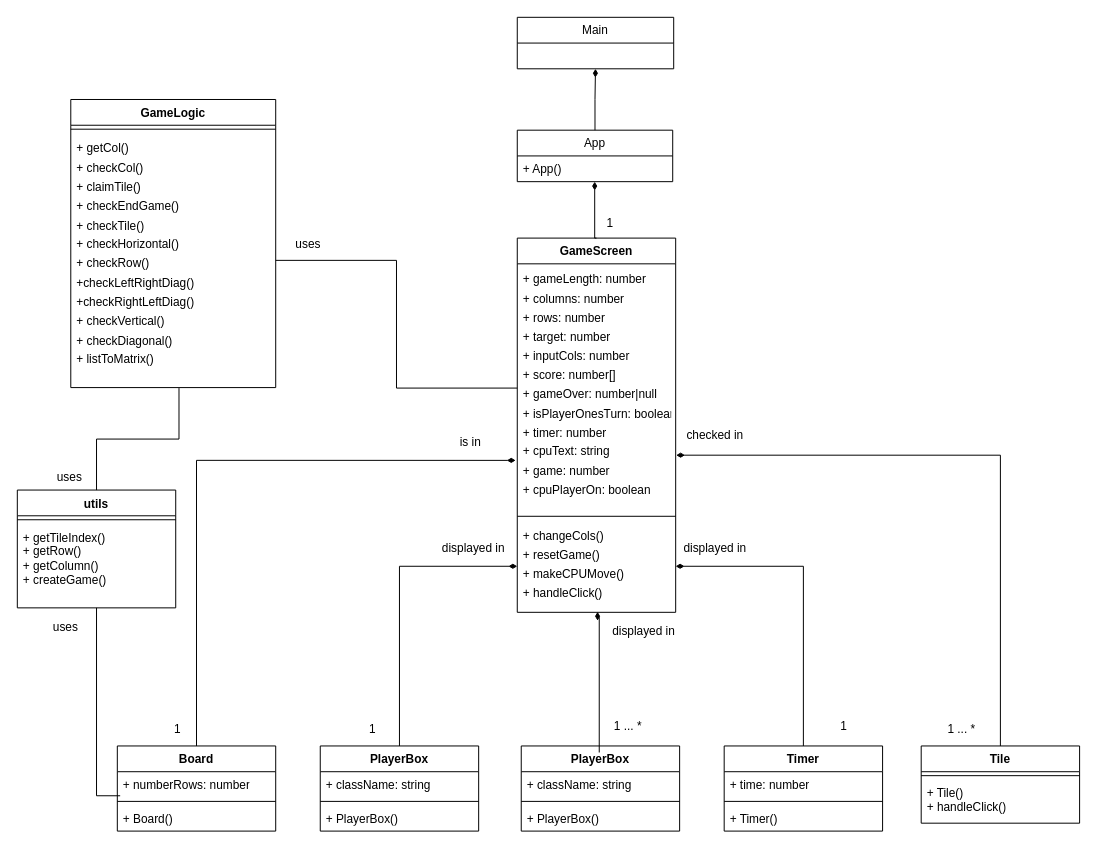
This is PDF-Deliverables_v2/UML-Class-Diagram.drawio from j-papineau/soft-eng-project, a draw.io file, before an edit. Source tidied: cells renumbered, new cells numbered last; positions are measured from the earlier drawing's top-left corner, leaving out a move shared by most shapes. Both pictures are drawn from the tidied source at 99%, with x=0, y=0 at pixel (17, 17).
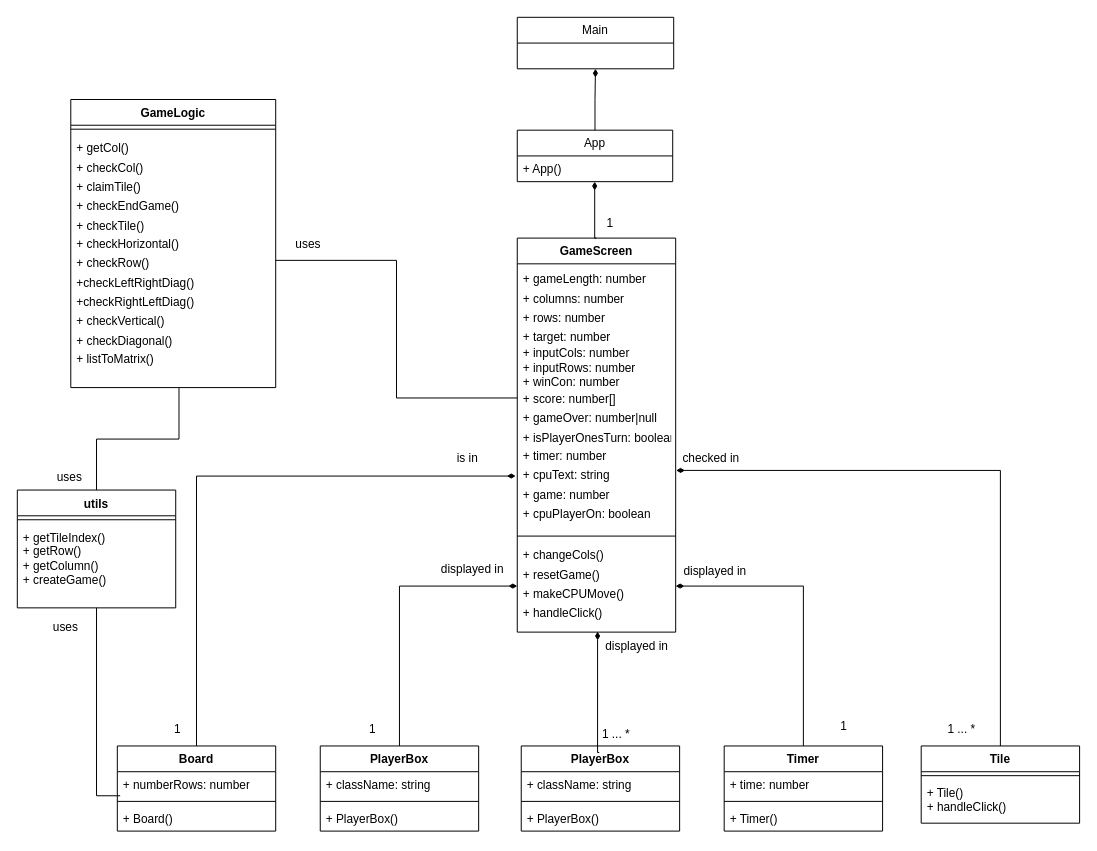
The same page after the edit.

Diff of the diagram source:
```diff
@@
     <mxCell id="2" value="GameScreen" style="swimlane;fontStyle=1;align=center;verticalAlign=top;horizontal=1;startSize=26;whiteSpace=wrap;html=1;" parent="1" vertex="1">
-      <mxGeometry x="505" y="223" width="160" height="378" as="geometry" />
+      <mxGeometry x="505" y="223" width="160" height="398" as="geometry" />
     </mxCell>
-    <mxCell id="3" value="&lt;table width=&quot;156&quot; cellspacing=&quot;0&quot; cellpadding=&quot;0&quot; border=&quot;0&quot;&gt;&lt;tbody&gt;&lt;tr style=&quot;height:14.5pt&quot; height=&quot;19&quot;&gt;&lt;td style=&quot;height:14.5pt;width:117pt&quot; width=&quot;156&quot; height=&quot;19&quot;&gt;+ gameLength: number&lt;/td&gt; &lt;/tr&gt; &lt;tr style=&quot;height:14.5pt&quot; height=&quot;19&quot;&gt;  &lt;td style=&quot;height:14.5pt&quot; height=&quot;19&quot;&gt;+ columns: number&lt;/td&gt; &lt;/tr&gt; &lt;tr style=&quot;height:14.5pt&quot; height=&quot;19&quot;&gt;  &lt;td style=&quot;height:14.5pt&quot; height=&quot;19&quot;&gt;+ rows: number&lt;/td&gt; &lt;/tr&gt; &lt;tr style=&quot;height:14.5pt&quot; height=&quot;19&quot;&gt;  &lt;td style=&quot;height:14.5pt&quot; height=&quot;19&quot;&gt;+ target: number&lt;/td&gt; &lt;/tr&gt; &lt;tr style=&quot;height:14.5pt&quot; height=&quot;19&quot;&gt;  &lt;td style=&quot;height:14.5pt&quot; height=&quot;19&quot;&gt;+ inputCols: number&lt;/td&gt; &lt;/tr&gt; &lt;tr style=&quot;height:14.5pt&quot; height=&quot;19&quot;&gt;  &lt;td style=&quot;height:14.5pt&quot; height=&quot;19&quot;&gt;+ score: number[]&lt;/td&gt; &lt;/tr&gt; &lt;tr style=&quot;height:14.5pt&quot; height=&quot;19&quot;&gt;  &lt;td style=&quot;height:14.5pt&quot; height=&quot;19&quot;&gt;+ gameOver: number|null&lt;/td&gt; &lt;/tr&gt; &lt;tr style=&quot;height:14.5pt&quot; height=&quot;19&quot;&gt;  &lt;td style=&quot;height:14.5pt&quot; height=&quot;19&quot;&gt;+ isPlayerOnesTurn: boolean&lt;/td&gt; &lt;/tr&gt; &lt;tr style=&quot;height:14.5pt&quot; height=&quot;19&quot;&gt;  &lt;td style=&quot;height:14.5pt&quot; height=&quot;19&quot;&gt;+ timer: number&lt;/td&gt; &lt;/tr&gt; &lt;tr style=&quot;height:14.5pt&quot; height=&quot;19&quot;&gt;  &lt;td style=&quot;height:14.5pt&quot; height=&quot;19&quot;&gt;+ cpuText: string&lt;/td&gt; &lt;/tr&gt; &lt;tr style=&quot;height:14.5pt&quot; height=&quot;19&quot;&gt;  &lt;td style=&quot;height:14.5pt&quot; height=&quot;19&quot;&gt;+ game: number&lt;/td&gt; &lt;/tr&gt; &lt;tr style=&quot;height:14.5pt&quot; height=&quot;19&quot;&gt;  &lt;td style=&quot;height:14.5pt&quot; height=&quot;19&quot;&gt;+ cpuPlayerOn: boolean&lt;/td&gt; &lt;/tr&gt;&lt;/tbody&gt;&lt;/table&gt;" style="text;strokeColor=none;fillColor=none;align=left;verticalAlign=top;spacingLeft=4;spacingRight=4;overflow=hidden;points=[[0,0.5],[1,0.5]];portConstraint=eastwest;whiteSpace=wrap;html=1;" parent="2" vertex="1">
-      <mxGeometry y="26" width="160" height="251" as="geometry" />
+    <mxCell id="3" value="&lt;table width=&quot;156&quot; cellspacing=&quot;0&quot; cellpadding=&quot;0&quot; border=&quot;0&quot;&gt;&lt;tbody&gt;&lt;tr style=&quot;height:14.5pt&quot; height=&quot;19&quot;&gt;&lt;td style=&quot;height:14.5pt;width:117pt&quot; width=&quot;156&quot; height=&quot;19&quot;&gt;+ gameLength: number&lt;/td&gt; &lt;/tr&gt; &lt;tr style=&quot;height:14.5pt&quot; height=&quot;19&quot;&gt;  &lt;td style=&quot;height:14.5pt&quot; height=&quot;19&quot;&gt;+ columns: number&lt;/td&gt; &lt;/tr&gt; &lt;tr style=&quot;height:14.5pt&quot; height=&quot;19&quot;&gt;  &lt;td style=&quot;height:14.5pt&quot; height=&quot;19&quot;&gt;+ rows: number&lt;/td&gt; &lt;/tr&gt; &lt;tr style=&quot;height:14.5pt&quot; height=&quot;19&quot;&gt;  &lt;td style=&quot;height:14.5pt&quot; height=&quot;19&quot;&gt;+ target: number&lt;/td&gt; &lt;/tr&gt; &lt;tr style=&quot;height:14.5pt&quot; height=&quot;19&quot;&gt;  &lt;td style=&quot;height:14.5pt&quot; height=&quot;19&quot;&gt;+ inputCols: number&lt;br&gt;+ inputRows: number&lt;br&gt;+ winCon: number&lt;br&gt;&lt;/td&gt; &lt;/tr&gt; &lt;tr style=&quot;height:14.5pt&quot; height=&quot;19&quot;&gt;  &lt;td style=&quot;height:14.5pt&quot; height=&quot;19&quot;&gt;+ score: number[]&lt;/td&gt; &lt;/tr&gt; &lt;tr style=&quot;height:14.5pt&quot; height=&quot;19&quot;&gt;  &lt;td style=&quot;height:14.5pt&quot; height=&quot;19&quot;&gt;+ gameOver: number|null&lt;/td&gt; &lt;/tr&gt; &lt;tr style=&quot;height:14.5pt&quot; height=&quot;19&quot;&gt;  &lt;td style=&quot;height:14.5pt&quot; height=&quot;19&quot;&gt;+ isPlayerOnesTurn: boolean&lt;/td&gt; &lt;/tr&gt; &lt;tr style=&quot;height:14.5pt&quot; height=&quot;19&quot;&gt;  &lt;td style=&quot;height:14.5pt&quot; height=&quot;19&quot;&gt;+ timer: number&lt;/td&gt; &lt;/tr&gt; &lt;tr style=&quot;height:14.5pt&quot; height=&quot;19&quot;&gt;  &lt;td style=&quot;height:14.5pt&quot; height=&quot;19&quot;&gt;+ cpuText: string&lt;/td&gt; &lt;/tr&gt; &lt;tr style=&quot;height:14.5pt&quot; height=&quot;19&quot;&gt;  &lt;td style=&quot;height:14.5pt&quot; height=&quot;19&quot;&gt;+ game: number&lt;/td&gt; &lt;/tr&gt; &lt;tr style=&quot;height:14.5pt&quot; height=&quot;19&quot;&gt;  &lt;td style=&quot;height:14.5pt&quot; height=&quot;19&quot;&gt;+ cpuPlayerOn: boolean&lt;/td&gt; &lt;/tr&gt;&lt;/tbody&gt;&lt;/table&gt;" style="text;strokeColor=none;fillColor=none;align=left;verticalAlign=top;spacingLeft=4;spacingRight=4;overflow=hidden;points=[[0,0.5],[1,0.5]];portConstraint=eastwest;whiteSpace=wrap;html=1;" parent="2" vertex="1">
+      <mxGeometry y="26" width="160" height="271" as="geometry" />
     </mxCell>
     <mxCell id="4" style="line;strokeWidth=1;fillColor=none;align=left;verticalAlign=middle;spacingTop=-1;spacingLeft=3;spacingRight=3;labelPosition=right;strokeColor=inherit;" parent="2" vertex="1">
-      <mxGeometry y="277" width="160" height="8" as="geometry" />
+      <mxGeometry y="297" width="160" height="8" as="geometry" />
     </mxCell>
     <mxCell id="5" value="&lt;table width=&quot;156&quot; cellspacing=&quot;0&quot; cellpadding=&quot;0&quot; border=&quot;0&quot;&gt;&lt;tbody&gt;&lt;tr style=&quot;height:14.5pt&quot; height=&quot;19&quot;&gt;&lt;td style=&quot;height:14.5pt;width:117pt&quot; width=&quot;156&quot; height=&quot;19&quot;&gt;+ changeCols()&lt;/td&gt; &lt;/tr&gt; &lt;tr style=&quot;height:14.5pt&quot; height=&quot;19&quot;&gt;  &lt;td style=&quot;height:14.5pt&quot; height=&quot;19&quot;&gt;+ resetGame()&lt;/td&gt; &lt;/tr&gt; &lt;tr style=&quot;height:14.5pt&quot; height=&quot;19&quot;&gt;  &lt;td style=&quot;height:14.5pt&quot; height=&quot;19&quot;&gt;+ makeCPUMove()&lt;/td&gt; &lt;/tr&gt; &lt;tr style=&quot;height:14.5pt&quot; height=&quot;19&quot;&gt;  &lt;td style=&quot;height:14.5pt&quot; height=&quot;19&quot;&gt;+ handleClick()&lt;/td&gt; &lt;/tr&gt;&lt;/tbody&gt;&lt;/table&gt;" style="text;strokeColor=none;fillColor=none;align=left;verticalAlign=top;spacingLeft=4;spacingRight=4;overflow=hidden;points=[[0,0.5],[1,0.5]];portConstraint=eastwest;whiteSpace=wrap;html=1;" parent="2" vertex="1">
-      <mxGeometry y="285" width="160" height="93" as="geometry" />
+      <mxGeometry y="305" width="160" height="93" as="geometry" />
     </mxCell>
@@
     <mxCell id="39" style="edgeStyle=orthogonalEdgeStyle;rounded=0;jettySize=auto;html=1;entryX=0.507;entryY=0.994;entryDx=0;entryDy=0;entryPerimeter=0;endArrow=diamondThin;endFill=1;" parent="1" edge="1" target="5">
       <mxGeometry relative="1" as="geometry">
         <mxPoint x="587.8" y="742.6" as="sourcePoint" />
         <Array as="points">
-          <mxPoint x="588" y="606" />
-          <mxPoint x="586" y="606" />
+          <mxPoint x="586" y="743" />
         </Array>
       </mxGeometry>
     </mxCell>
@@
     <mxCell id="44" value="checked in" style="text;html=1;strokeColor=none;fillColor=none;align=center;verticalAlign=middle;whiteSpace=wrap;rounded=0;" parent="1" vertex="1">
-      <mxGeometry x="669" y="407" width="72" height="30" as="geometry" />
+      <mxGeometry x="665" y="431" width="72" height="30" as="geometry" />
     </mxCell>
@@
     <mxCell id="47" value="displayed in" style="text;html=1;strokeColor=none;fillColor=none;align=center;verticalAlign=middle;whiteSpace=wrap;rounded=0;" parent="1" vertex="1">
-      <mxGeometry x="669" y="522" width="72" height="30" as="geometry" />
+      <mxGeometry x="669" y="545" width="72" height="30" as="geometry" />
     </mxCell>
     <mxCell id="48" value="displayed in" style="text;html=1;strokeColor=none;fillColor=none;align=center;verticalAlign=middle;whiteSpace=wrap;rounded=0;" parent="1" vertex="1">
-      <mxGeometry x="597" y="605" width="72" height="30" as="geometry" />
+      <mxGeometry x="590" y="621" width="72" height="30" as="geometry" />
     </mxCell>
     <mxCell id="49" value="displayed in" style="text;html=1;strokeColor=none;fillColor=none;align=center;verticalAlign=middle;whiteSpace=wrap;rounded=0;" parent="1" vertex="1">
-      <mxGeometry x="425" y="522" width="72" height="30" as="geometry" />
+      <mxGeometry x="424" y="543" width="72" height="30" as="geometry" />
     </mxCell>
@@
     <mxCell id="51" value="1 ... *" style="text;html=1;strokeColor=none;fillColor=none;align=center;verticalAlign=middle;whiteSpace=wrap;rounded=0;" parent="1" vertex="1">
-      <mxGeometry x="587" y="701" width="60" height="30" as="geometry" />
+      <mxGeometry x="575" y="709" width="60" height="30" as="geometry" />
     </mxCell>
     <mxCell id="52" value="is in" style="text;html=1;strokeColor=none;fillColor=none;align=center;verticalAlign=middle;whiteSpace=wrap;rounded=0;" parent="1" vertex="1">
-      <mxGeometry x="422" y="414" width="72" height="30" as="geometry" />
+      <mxGeometry x="419" y="431" width="72" height="30" as="geometry" />
     </mxCell>
```
